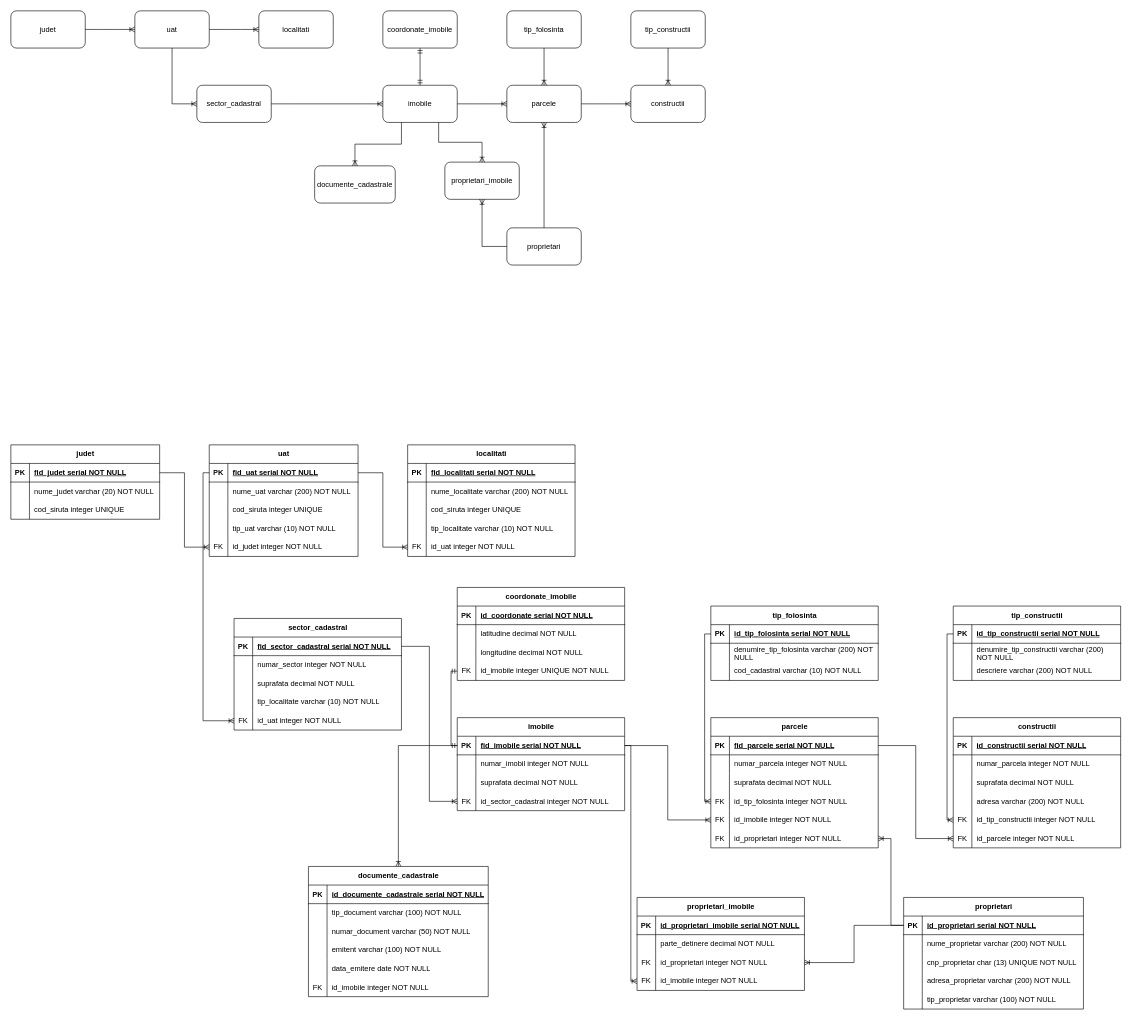
AdelaLukacs/examen_sem_I_lukacs_adela keeps this draw.io diagram as Diagramă examen.drawio. Above is the earlier version. Source tidied: cells renumbered, new cells numbered last; positions are measured from the earlier drawing's top-left corner, leaving out a move shared by most shapes. Both pictures are drawn from the tidied source at 62%, with x=0, y=0 at pixel (11, 11).
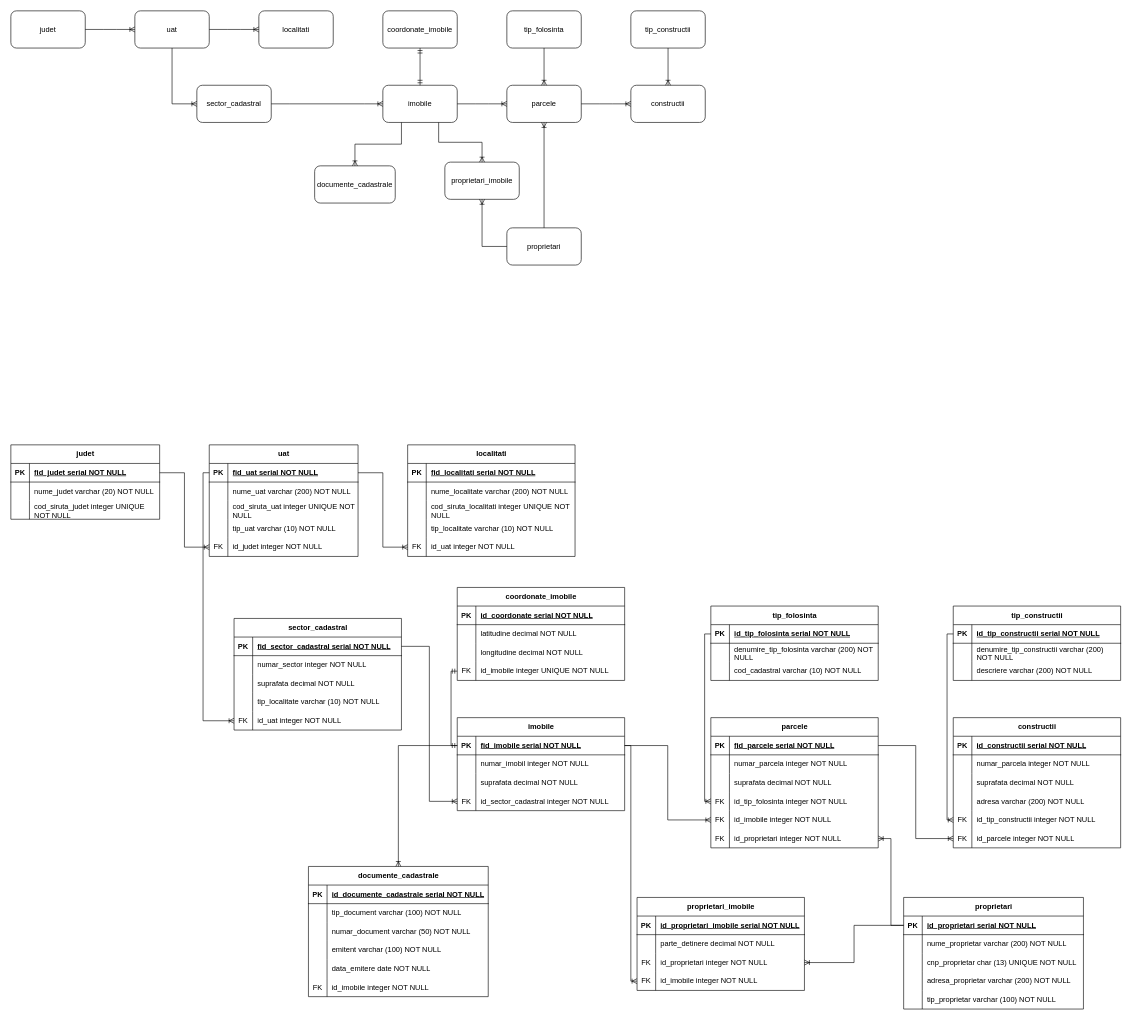
The same diagram, later.

The change refers to these unchanged cells:
```xml
<mxCell id="34" style="shape=tableRow;horizontal=0;startSize=0;swimlaneHead=0;swimlaneBody=0;fillColor=none;top=0;left=0;right=0;bottom=0;" parent="27" vertex="1">
  <mxGeometry y="90" width="240" height="30" as="geometry" />
</mxCell>
<mxCell id="44" style="shape=tableRow;horizontal=0;startSize=0;swimlaneHead=0;swimlaneBody=0;fillColor=none;top=0;left=0;right=0;bottom=0;" parent="37" vertex="1">
  <mxGeometry y="90" width="240" height="30" as="geometry" />
</mxCell>
<mxCell id="61" style="shape=tableRow;horizontal=0;startSize=0;swimlaneHead=0;swimlaneBody=0;fillColor=none;top=0;left=0;right=0;bottom=0;" parent="54" vertex="1">
  <mxGeometry y="90" width="270" height="30" as="geometry" />
</mxCell>
```

Change to the diagram source:
```diff
@@
-    <mxCell id="36" value="cod_siruta integer UNIQUE" style="shape=partialRectangle;fillColor=none;top=0;left=0;bottom=0;right=0;align=left;spacingLeft=6;overflow=hidden;whiteSpace=wrap;html=1;" parent="34" vertex="1">
+    <mxCell id="36" value="cod_siruta_judet integer UNIQUE NOT NULL" style="shape=partialRectangle;fillColor=none;top=0;left=0;bottom=0;right=0;align=left;spacingLeft=6;overflow=hidden;whiteSpace=wrap;html=1;" parent="34" vertex="1">
       <mxGeometry x="30" width="210" height="30" as="geometry" />
     </mxCell>
@@
-    <mxCell id="46" value="cod_siruta integer UNIQUE" style="shape=partialRectangle;fillColor=none;top=0;left=0;bottom=0;right=0;align=left;spacingLeft=6;overflow=hidden;whiteSpace=wrap;html=1;" parent="44" vertex="1">
+    <mxCell id="46" value="cod_siruta_uat integer UNIQUE NOT NULL" style="shape=partialRectangle;fillColor=none;top=0;left=0;bottom=0;right=0;align=left;spacingLeft=6;overflow=hidden;whiteSpace=wrap;html=1;" parent="44" vertex="1">
       <mxGeometry x="30" width="210" height="30" as="geometry" />
     </mxCell>
@@
-    <mxCell id="63" value="cod_siruta integer UNIQUE" style="shape=partialRectangle;fillColor=none;top=0;left=0;bottom=0;right=0;align=left;spacingLeft=6;overflow=hidden;whiteSpace=wrap;html=1;" parent="61" vertex="1">
+    <mxCell id="63" value="cod_siruta_localitati integer UNIQUE NOT NULL" style="shape=partialRectangle;fillColor=none;top=0;left=0;bottom=0;right=0;align=left;spacingLeft=6;overflow=hidden;whiteSpace=wrap;html=1;" parent="61" vertex="1">
       <mxGeometry x="30" width="240" height="30" as="geometry" />
     </mxCell>
```
